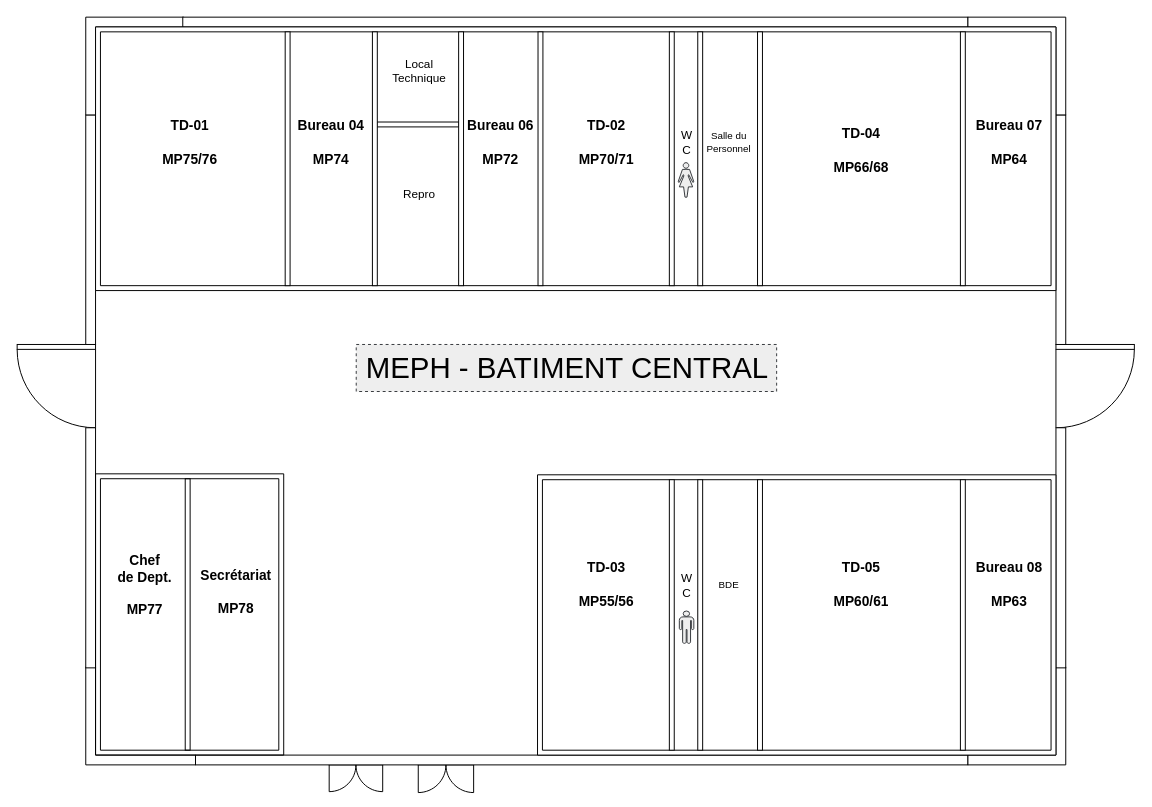
Before: meph-plan_physique_RDC.drawio in gI7DUmmY/diagrams, a draw.io diagram. Source tidied: cells renumbered, new cells numbered last; positions are measured from the earlier drawing's top-left corner, leaving out a move shared by most shapes. Both pictures are drawn from the tidied source at 98%, with x=0, y=0 at pixel (17, 17).
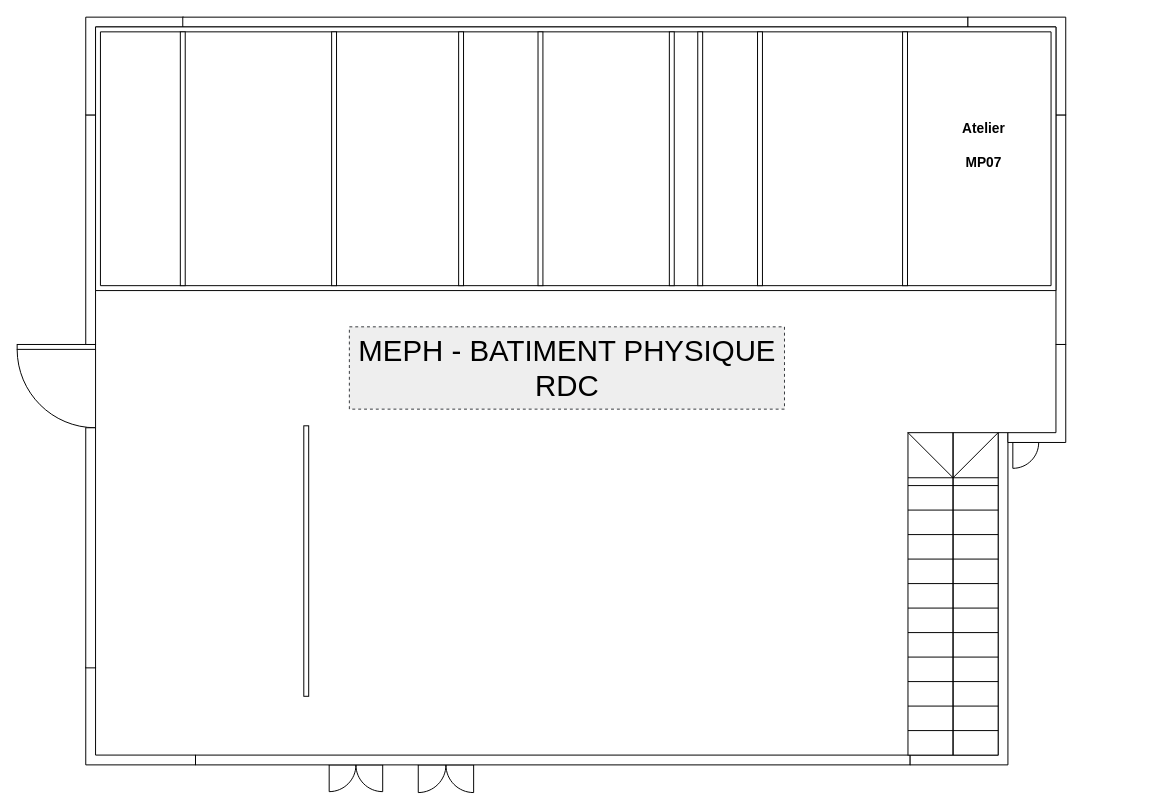
Above is the later version.

Commit message (it also covers changes not shown here):
Mettre à jour meph-plan_physique_RDC.drawio

Diff of the diagram source:
```diff
@@
-    <mxCell id="2" style="verticalLabelPosition=bottom;html=1;verticalAlign=top;align=center;shape=mxgraph.floorplan.wall;fontFamily=Helvetica;fontSize=12;fillColor=default;wallThickness=5;" parent="1" vertex="1">
-      <mxGeometry x="367" y="109" width="84" height="1" as="geometry" />
-    </mxCell>
+    <mxCell id="53" style="verticalLabelPosition=bottom;html=1;verticalAlign=top;align=center;shape=mxgraph.floorplan.doorLeft;" parent="1" vertex="1">
+      <mxGeometry x="1016" y="429" width="26.4" height="28" as="geometry" />
+    </mxCell>
@@
-    <mxCell id="4" style="verticalLabelPosition=bottom;html=1;verticalAlign=top;align=center;shape=mxgraph.floorplan.doorLeft;" parent="1" vertex="1">
-      <mxGeometry x="1060" y="334" width="80" height="85" as="geometry" />
-    </mxCell>
@@
     <mxCell id="8" style="verticalLabelPosition=bottom;html=1;verticalAlign=top;align=center;shape=mxgraph.floorplan.wallCorner;direction=west;" parent="1" vertex="1">
-      <mxGeometry x="970" y="663" width="100" height="100" as="geometry" />
+      <mxGeometry x="911" y="424" width="100" height="339" as="geometry" />
     </mxCell>
@@
-    <mxCell id="10" style="verticalLabelPosition=bottom;html=1;verticalAlign=top;align=center;shape=mxgraph.floorplan.wall;direction=south;" parent="1" vertex="1">
-      <mxGeometry x="1060" y="419" width="10" height="245" as="geometry" />
-    </mxCell>
@@
-    <mxCell id="14" style="verticalLabelPosition=bottom;html=1;verticalAlign=top;align=center;shape=mxgraph.floorplan.wall;direction=south;wallThickness=5;" parent="1" vertex="1">
-      <mxGeometry x="169" y="471" width="10" height="277" as="geometry" />
-    </mxCell>
-    <mxCell id="15" value="Chef&lt;div style=&quot;font-size: 14px;&quot;&gt;de Dept.&lt;/div&gt;&lt;div style=&quot;font-size: 14px;&quot;&gt;&lt;br style=&quot;font-size: 14px;&quot;&gt;&lt;/div&gt;&lt;div style=&quot;font-size: 14px;&quot;&gt;MP77&lt;/div&gt;" style="text;html=1;align=center;verticalAlign=middle;strokeColor=none;fillColor=none;fontStyle=1;fontSize=14;" parent="1" vertex="1">
-      <mxGeometry x="94" y="540" width="71" height="79" as="geometry" />
-    </mxCell>
-    <mxCell id="16" value="Secrétariat&lt;div style=&quot;font-size: 14px;&quot;&gt;&lt;br style=&quot;font-size: 14px;&quot;&gt;&lt;/div&gt;&lt;div style=&quot;font-size: 14px;&quot;&gt;MP78&lt;/div&gt;" style="text;html=1;align=center;verticalAlign=middle;strokeColor=none;fillColor=none;fontStyle=1;fontSize=14;" parent="1" vertex="1">
-      <mxGeometry x="180" y="556" width="86" height="62" as="geometry" />
-    </mxCell>
@@
     <mxCell id="18" style="verticalLabelPosition=bottom;html=1;verticalAlign=top;align=center;shape=mxgraph.floorplan.wall;direction=south;fontFamily=Helvetica;fontSize=12;wallThickness=5;" parent="1" vertex="1">
-      <mxGeometry x="271" y="15" width="10" height="259" as="geometry" />
+      <mxGeometry x="164" y="15" width="10" height="259" as="geometry" />
     </mxCell>
-    <mxCell id="19" value="TD-01&lt;div style=&quot;font-size: 14px;&quot;&gt;&lt;br style=&quot;font-size: 14px;&quot;&gt;&lt;/div&gt;&lt;div style=&quot;font-size: 14px;&quot;&gt;MP75/76&lt;/div&gt;" style="text;html=1;align=center;verticalAlign=middle;strokeColor=none;fillColor=none;fontFamily=Helvetica;fontSize=14;fontColor=default;fontStyle=1;" parent="1" vertex="1">
-      <mxGeometry x="139" y="97" width="74" height="62" as="geometry" />
-    </mxCell>
     <mxCell id="20" style="verticalLabelPosition=bottom;html=1;verticalAlign=top;align=center;shape=mxgraph.floorplan.wall;direction=south;fontFamily=Helvetica;fontSize=12;wallThickness=5;" parent="1" vertex="1">
-      <mxGeometry x="360" y="15" width="10" height="259" as="geometry" />
+      <mxGeometry x="318.4" y="15" width="10" height="259" as="geometry" />
     </mxCell>
@@
-    <mxCell id="22" value="Local&lt;div&gt;Technique&lt;/div&gt;" style="text;html=1;align=center;verticalAlign=middle;strokeColor=none;fillColor=none;fontFamily=Helvetica;fontSize=12;fontColor=default;" parent="1" vertex="1">
-      <mxGeometry x="373" y="34" width="73" height="41" as="geometry" />
-    </mxCell>
-    <mxCell id="23" value="Repro" style="text;html=1;align=center;verticalAlign=middle;strokeColor=none;fillColor=none;fontFamily=Helvetica;fontSize=12;fontColor=default;" parent="1" vertex="1">
-      <mxGeometry x="384" y="168" width="51" height="26" as="geometry" />
-    </mxCell>
-    <mxCell id="24" value="Bureau 04&lt;div style=&quot;font-size: 14px;&quot;&gt;&lt;br style=&quot;font-size: 14px;&quot;&gt;&lt;/div&gt;&lt;div style=&quot;font-size: 14px;&quot;&gt;MP74&lt;/div&gt;" style="text;html=1;align=center;verticalAlign=middle;strokeColor=none;fillColor=none;fontFamily=Helvetica;fontSize=14;fontColor=default;fontStyle=1;" parent="1" vertex="1">
-      <mxGeometry x="278" y="97" width="83" height="62" as="geometry" />
-    </mxCell>
@@
-    <mxCell id="26" value="Bureau 06&lt;div style=&quot;font-size: 14px;&quot;&gt;&lt;br style=&quot;font-size: 14px;&quot;&gt;&lt;/div&gt;&lt;div style=&quot;font-size: 14px;&quot;&gt;MP72&lt;/div&gt;" style="text;html=1;align=center;verticalAlign=middle;strokeColor=none;fillColor=none;fontFamily=Helvetica;fontSize=14;fontColor=default;fontStyle=1;" parent="1" vertex="1">
-      <mxGeometry x="451" y="97" width="83" height="62" as="geometry" />
-    </mxCell>
@@
     <mxCell id="29" style="verticalLabelPosition=bottom;html=1;verticalAlign=top;align=center;shape=mxgraph.floorplan.wall;fontFamily=Helvetica;fontSize=12;" parent="1" vertex="1">
-      <mxGeometry x="182" y="753" width="788" height="10" as="geometry" />
+      <mxGeometry x="182" y="753" width="729" height="10" as="geometry" />
     </mxCell>
-    <mxCell id="30" style="verticalLabelPosition=middle;html=1;verticalAlign=middle;align=center;shape=mxgraph.floorplan.room;fillStyle=auto;shadow=0;labelPosition=center;perimeter=rectanglePerimeter;wallThickness=5;fillColor=none;" parent="1" vertex="1">
-      <mxGeometry x="80" y="466" width="192" height="287" as="geometry" />
-    </mxCell>
-    <mxCell id="31" style="verticalLabelPosition=bottom;html=1;verticalAlign=top;align=center;shape=mxgraph.floorplan.room;fontFamily=Helvetica;fontSize=12;wallThickness=5;" parent="1" vertex="1">
-      <mxGeometry x="531" y="467" width="529" height="286" as="geometry" />
-    </mxCell>
@@
-    <mxCell id="33" value="TD-02&lt;div style=&quot;font-size: 14px;&quot;&gt;&lt;br style=&quot;font-size: 14px;&quot;&gt;&lt;/div&gt;&lt;div style=&quot;font-size: 14px;&quot;&gt;MP70/71&lt;/div&gt;" style="text;html=1;align=center;verticalAlign=middle;strokeColor=none;fillColor=none;fontFamily=Helvetica;fontSize=14;fontColor=default;fontStyle=1;" parent="1" vertex="1">
-      <mxGeometry x="564" y="97" width="74" height="62" as="geometry" />
-    </mxCell>
-    <mxCell id="34" style="verticalLabelPosition=bottom;html=1;verticalAlign=top;align=center;shape=mxgraph.floorplan.wall;direction=south;fontFamily=Helvetica;fontSize=12;wallThickness=5;" parent="1" vertex="1">
-      <mxGeometry x="663" y="472" width="10" height="276" as="geometry" />
-    </mxCell>
-    <mxCell id="35" value="TD-03&lt;div style=&quot;font-size: 14px;&quot;&gt;&lt;br style=&quot;font-size: 14px;&quot;&gt;&lt;/div&gt;&lt;div style=&quot;font-size: 14px;&quot;&gt;MP55/56&lt;/div&gt;" style="text;html=1;align=center;verticalAlign=middle;strokeColor=none;fillColor=none;fontFamily=Helvetica;fontSize=14;fontColor=default;fontStyle=1;" parent="1" vertex="1">
-      <mxGeometry x="564" y="548" width="74" height="62" as="geometry" />
-    </mxCell>
@@
-    <mxCell id="37" style="verticalLabelPosition=bottom;html=1;verticalAlign=top;align=center;shape=mxgraph.floorplan.wall;direction=south;fontFamily=Helvetica;fontSize=12;wallThickness=5;" parent="1" vertex="1">
-      <mxGeometry x="692" y="472" width="10" height="276" as="geometry" />
-    </mxCell>
-    <mxCell id="38" value="W&lt;div&gt;C&lt;/div&gt;" style="text;html=1;align=center;verticalAlign=middle;strokeColor=none;fillColor=none;fontFamily=Helvetica;fontSize=12;fontColor=default;" parent="1" vertex="1">
-      <mxGeometry x="668" y="107.5" width="29" height="41" as="geometry" />
-    </mxCell>
-    <mxCell id="39" value="W&lt;div&gt;C&lt;/div&gt;" style="text;html=1;align=center;verticalAlign=middle;strokeColor=none;fillColor=none;fontFamily=Helvetica;fontSize=12;fontColor=default;" parent="1" vertex="1">
-      <mxGeometry x="668" y="559" width="29" height="41" as="geometry" />
-    </mxCell>
-    <mxCell id="40" style="shape=mxgraph.signs.people.man_1;html=1;verticalLabelPosition=bottom;verticalAlign=top;align=center;sketch=0;fontFamily=Helvetica;fontSize=12;fillColor=#eeeeee;strokeColor=#36393d;" parent="1" vertex="1">
-      <mxGeometry x="675.7" y="606" width="14.8" height="33" as="geometry" />
-    </mxCell>
-    <mxCell id="41" style="shape=mxgraph.signs.people.woman_2;html=1;fillColor=#eeeeee;strokeColor=#36393d;verticalLabelPosition=bottom;verticalAlign=top;align=center;sketch=0;fontFamily=Helvetica;fontSize=12;" parent="1" vertex="1">
-      <mxGeometry x="674.5" y="148.5" width="16" height="35.2" as="geometry" />
-    </mxCell>
@@
     <mxCell id="43" style="verticalLabelPosition=bottom;html=1;verticalAlign=top;align=center;shape=mxgraph.floorplan.wall;direction=south;fontFamily=Helvetica;fontSize=12;wallThickness=5;" parent="1" vertex="1">
-      <mxGeometry x="960" y="15" width="10" height="259" as="geometry" />
+      <mxGeometry x="901" y="15" width="10" height="259" as="geometry" />
     </mxCell>
     <mxCell id="44" style="verticalLabelPosition=bottom;html=1;verticalAlign=top;align=center;shape=mxgraph.floorplan.wall;direction=south;fontFamily=Helvetica;fontSize=12;wallThickness=5;" parent="1" vertex="1">
-      <mxGeometry x="960" y="472" width="10" height="276" as="geometry" />
+      <mxGeometry x="290" y="417" width="10" height="276" as="geometry" />
     </mxCell>
-    <mxCell id="45" style="verticalLabelPosition=bottom;html=1;verticalAlign=top;align=center;shape=mxgraph.floorplan.wall;direction=south;fontFamily=Helvetica;fontSize=12;wallThickness=5;" parent="1" vertex="1">
-      <mxGeometry x="753" y="472" width="10" height="276" as="geometry" />
-    </mxCell>
-    <mxCell id="46" value="&lt;font style=&quot;font-size: 10px;&quot;&gt;Salle du&lt;/font&gt;&lt;div style=&quot;font-size: 10px;&quot;&gt;&lt;font style=&quot;font-size: 10px;&quot;&gt;Personnel&lt;/font&gt;&lt;/div&gt;" style="text;html=1;align=center;verticalAlign=middle;strokeColor=none;fillColor=none;fontFamily=Helvetica;fontSize=12;fontColor=default;" parent="1" vertex="1">
-      <mxGeometry x="694" y="107.5" width="63" height="38" as="geometry" />
-    </mxCell>
-    <mxCell id="47" value="&lt;span style=&quot;font-size: 10px;&quot;&gt;BDE&lt;/span&gt;" style="text;html=1;align=center;verticalAlign=middle;strokeColor=none;fillColor=none;fontFamily=Helvetica;fontSize=12;fontColor=default;" parent="1" vertex="1">
-      <mxGeometry x="706" y="565.5" width="39" height="26" as="geometry" />
-    </mxCell>
-    <mxCell id="48" value="TD-04&lt;div style=&quot;font-size: 14px;&quot;&gt;&lt;br style=&quot;font-size: 14px;&quot;&gt;&lt;/div&gt;&lt;div style=&quot;font-size: 14px;&quot;&gt;MP66/68&lt;/div&gt;" style="text;html=1;align=center;verticalAlign=middle;strokeColor=none;fillColor=none;fontFamily=Helvetica;fontSize=14;fontColor=default;fontStyle=1;" parent="1" vertex="1">
-      <mxGeometry x="824" y="104.5" width="74" height="62" as="geometry" />
-    </mxCell>
-    <mxCell id="49" value="TD-05&lt;div style=&quot;font-size: 14px;&quot;&gt;&lt;br style=&quot;font-size: 14px;&quot;&gt;&lt;/div&gt;&lt;div style=&quot;font-size: 14px;&quot;&gt;MP60/61&lt;/div&gt;" style="text;html=1;align=center;verticalAlign=middle;strokeColor=none;fillColor=none;fontFamily=Helvetica;fontSize=14;fontColor=default;fontStyle=1;" parent="1" vertex="1">
-      <mxGeometry x="824" y="548" width="74" height="62" as="geometry" />
+    <mxCell id="49" value="&lt;div style=&quot;font-size: 14px;&quot;&gt;Atelier&lt;/div&gt;&lt;div style=&quot;font-size: 14px;&quot;&gt;&lt;br&gt;&lt;/div&gt;&lt;div style=&quot;font-size: 14px;&quot;&gt;MP07&lt;/div&gt;" style="text;html=1;align=center;verticalAlign=middle;strokeColor=none;fillColor=none;fontFamily=Helvetica;fontSize=14;fontColor=default;fontStyle=1;" parent="1" vertex="1">
+      <mxGeometry x="957" y="100" width="58" height="62" as="geometry" />
     </mxCell>
-    <mxCell id="50" value="Bureau 07&lt;div style=&quot;font-size: 14px;&quot;&gt;&lt;br style=&quot;font-size: 14px;&quot;&gt;&lt;/div&gt;&lt;div style=&quot;font-size: 14px;&quot;&gt;MP64&lt;/div&gt;" style="text;html=1;align=center;verticalAlign=middle;strokeColor=none;fillColor=none;fontFamily=Helvetica;fontSize=14;fontColor=default;fontStyle=1;" parent="1" vertex="1">
-      <mxGeometry x="970" y="97" width="83" height="62" as="geometry" />
-    </mxCell>
-    <mxCell id="51" value="Bureau 08&lt;div style=&quot;font-size: 14px;&quot;&gt;&lt;br style=&quot;font-size: 14px;&quot;&gt;&lt;/div&gt;&lt;div style=&quot;font-size: 14px;&quot;&gt;MP63&lt;/div&gt;" style="text;html=1;align=center;verticalAlign=middle;strokeColor=none;fillColor=none;fontFamily=Helvetica;fontSize=14;fontColor=default;fontStyle=1;" parent="1" vertex="1">
-      <mxGeometry x="970" y="548" width="83" height="62" as="geometry" />
-    </mxCell>
-    <mxCell id="52" value="MEPH - BATIMENT CENTRAL" style="text;html=1;align=center;verticalAlign=middle;fontFamily=Helvetica;fontSize=30;fillColor=#eeeeee;strokeColor=#36393d;dashed=1;" parent="1" vertex="1">
-      <mxGeometry x="346" y="334" width="429" height="48" as="geometry" />
+    <mxCell id="52" value="MEPH - BATIMENT PHYSIQUE&lt;div&gt;RDC&lt;/div&gt;" style="text;html=1;align=center;verticalAlign=middle;fontFamily=Helvetica;fontSize=30;fillColor=#eeeeee;strokeColor=#36393d;dashed=1;" parent="1" vertex="1">
+      <mxGeometry x="339" y="316" width="444" height="84" as="geometry" />
     </mxCell>
+    <mxCell id="54" style="verticalLabelPosition=bottom;html=1;verticalAlign=top;align=center;shape=mxgraph.floorplan.wallCorner;direction=west;" parent="1" vertex="1">
+      <mxGeometry x="1011" y="334" width="59" height="100" as="geometry" />
+    </mxCell>
+    <mxCell id="55" style="verticalLabelPosition=bottom;html=1;verticalAlign=top;align=center;shape=mxgraph.floorplan.stairsRest;rotation=-90;" parent="1" vertex="1">
+      <mxGeometry x="790.5" y="542.5" width="329" height="92" as="geometry" />
+    </mxCell>
```
